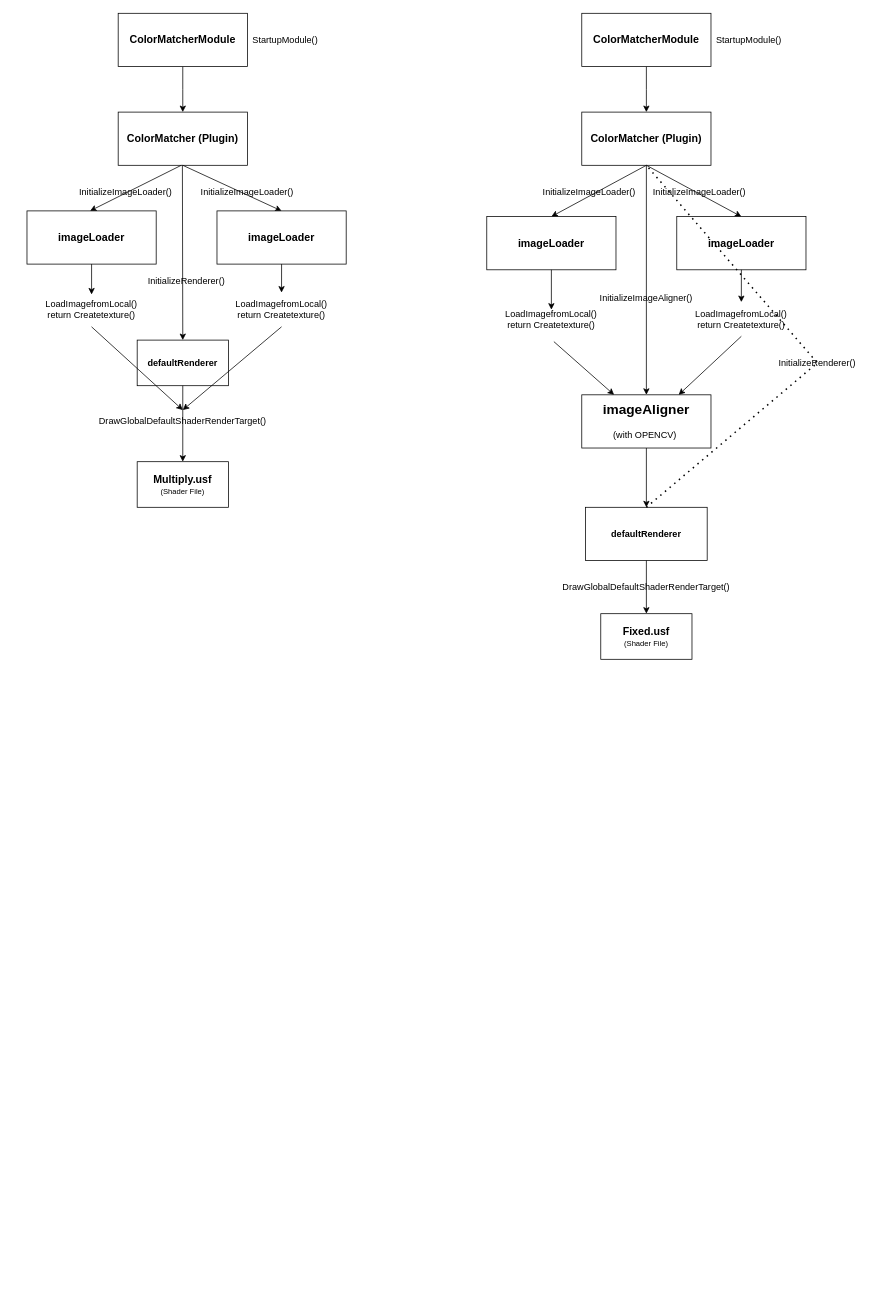
Above: 제목 없는 다이어그램.drawio in LimSeokHyun1/Nestjs_Practice (draw.io), before the change. Source tidied: cells renumbered, new cells numbered last; positions are measured from the earlier drawing's top-left corner, leaving out a move shared by most shapes. Both pictures are drawn from the tidied source at 76%, with x=0, y=0 at pixel (12, 13).
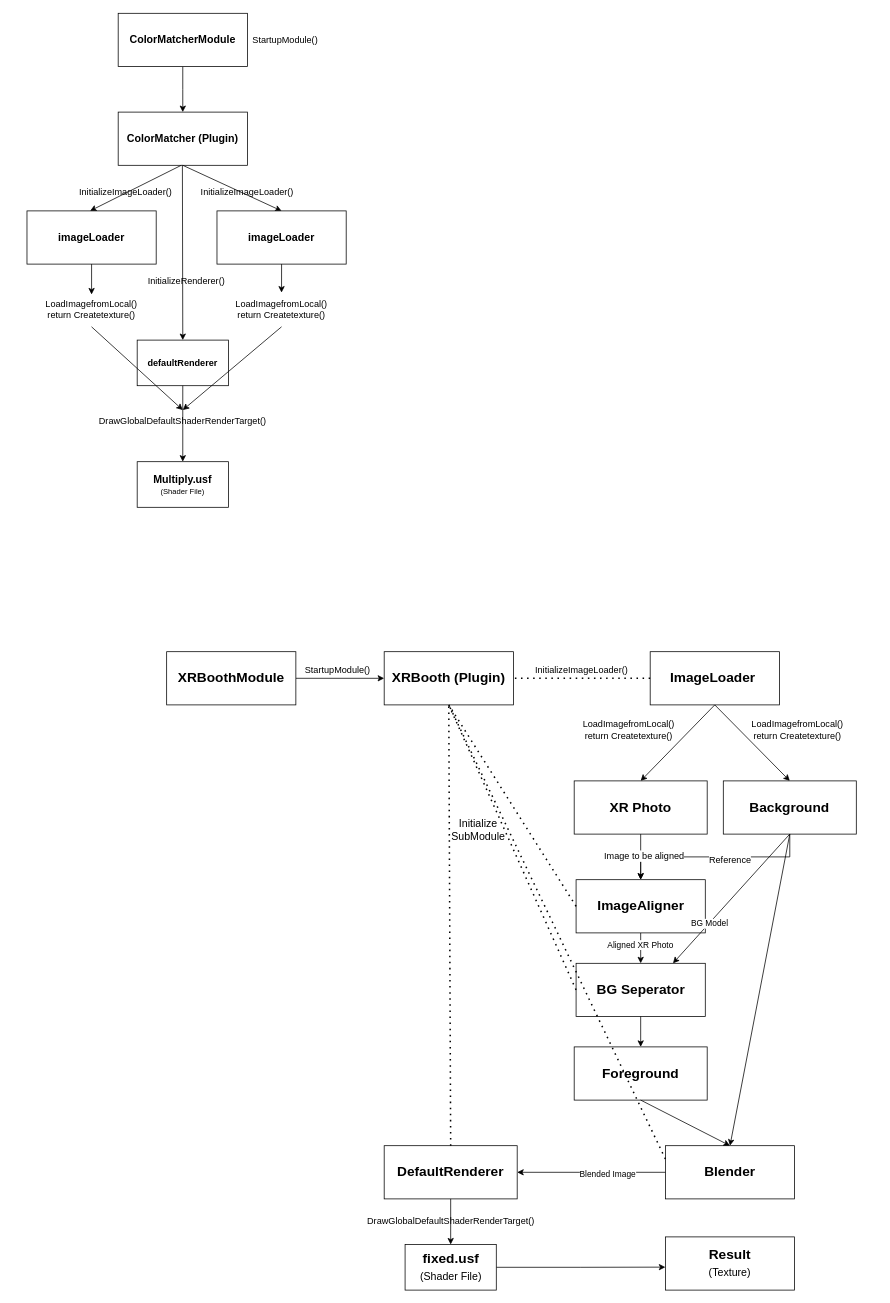
The same diagram, later.

Commit message:
제목 없는 다이어그램.drawio 업데이트

What changed in the source:
```diff
@@
-    <mxCell id="19" value="InitializeImageAligner()" style="text;html=1;strokeColor=none;fillColor=none;align=center;verticalAlign=middle;whiteSpace=wrap;rounded=0;" parent="1" vertex="1">
-      <mxGeometry x="804" y="360" width="60" height="30" as="geometry" />
-    </mxCell>
@@
-    <mxCell id="24" style="endArrow=classic;html=1;rounded=0;exitX=0.5;exitY=1;exitDx=0;exitDy=0;entryX=0.5;entryY=0;entryDx=0;entryDy=0;" parent="1" edge="1" source="29" target="25">
-      <mxGeometry relative="1" as="geometry" />
-    </mxCell>
+    <mxCell id="50" style="edgeStyle=orthogonalEdgeStyle;rounded=0;jettySize=auto;html=1;exitX=0.5;exitY=1;exitDx=0;exitDy=0;entryX=0.5;entryY=0;entryDx=0;entryDy=0;" parent="1" edge="1" source="25" target="58">
+      <mxGeometry relative="1" as="geometry" />
+    </mxCell>
+    <mxCell id="51" value="Aligned XR Photo" style="edgeLabel;html=1;align=center;verticalAlign=middle;" parent="50" vertex="1">
+      <mxGeometry x="-0.23" y="-1" relative="1" as="geometry" />
+    </mxCell>
-    <mxCell id="25" value="&lt;font style=&quot;&quot;&gt;&lt;b style=&quot;&quot;&gt;&lt;font style=&quot;font-size: 18px;&quot;&gt;imageAligner&lt;/font&gt;&lt;br&gt;&lt;/b&gt;&lt;font style=&quot;font-size: 12px;&quot;&gt;&lt;br&gt;(with OPENCV)&lt;b style=&quot;&quot;&gt;&amp;nbsp;&lt;/b&gt;&lt;/font&gt;&lt;/font&gt;" style="rounded=0;whiteSpace=wrap;html=1;" parent="1" vertex="1">
-      <mxGeometry x="749" y="502" width="170" height="70" as="geometry" />
+    <mxCell id="25" value="&lt;font style=&quot;font-size: 18px;&quot;&gt;&lt;b style=&quot;font-size: 18px;&quot;&gt;&lt;font style=&quot;font-size: 18px;&quot;&gt;ImageAligner&lt;/font&gt;&lt;/b&gt;&lt;font style=&quot;font-size: 18px;&quot;&gt;&lt;br style=&quot;font-size: 18px;&quot;&gt;&lt;/font&gt;&lt;/font&gt;" style="rounded=0;whiteSpace=wrap;html=1;fontSize=18;" parent="1" vertex="1">
+      <mxGeometry x="741.5" y="1140" width="170" height="70" as="geometry" />
     </mxCell>
@@
-    <mxCell id="27" style="edgeStyle=orthogonalEdgeStyle;rounded=0;jettySize=auto;html=1;" parent="1" edge="1" source="28">
-      <mxGeometry relative="1" as="geometry">
-        <mxPoint x="834" y="130" as="targetPoint" />
-      </mxGeometry>
+    <mxCell id="27" style="edgeStyle=orthogonalEdgeStyle;rounded=0;jettySize=auto;html=1;entryX=0;entryY=0.5;entryDx=0;entryDy=0;" parent="1" edge="1" source="28" target="29">
+      <mxGeometry relative="1" as="geometry" />
     </mxCell>
-    <mxCell id="28" value="&lt;b&gt;&lt;font style=&quot;font-size: 14px;&quot;&gt;ColorMatcherModule&lt;/font&gt;&lt;/b&gt;" style="rounded=0;whiteSpace=wrap;html=1;" parent="1" vertex="1">
-      <mxGeometry x="749" width="170" height="70" as="geometry" />
+    <mxCell id="28" value="&lt;font style=&quot;font-size: 18px;&quot;&gt;&lt;b style=&quot;border-color: var(--border-color); font-size: 18px;&quot;&gt;&lt;font style=&quot;border-color: var(--border-color); font-size: 18px;&quot;&gt;XRBooth&lt;/font&gt;&lt;/b&gt;&lt;b style=&quot;font-size: 18px;&quot;&gt;&lt;font style=&quot;font-size: 18px;&quot;&gt;Module&lt;/font&gt;&lt;/b&gt;&lt;/font&gt;" style="rounded=0;whiteSpace=wrap;html=1;fontSize=18;" parent="1" vertex="1">
+      <mxGeometry x="202.8" y="840" width="170" height="70" as="geometry" />
     </mxCell>
-    <mxCell id="29" value="&lt;b&gt;&lt;font style=&quot;font-size: 14px;&quot;&gt;ColorMatcher (Plugin)&lt;/font&gt;&lt;/b&gt;" style="rounded=0;whiteSpace=wrap;html=1;" parent="1" vertex="1">
-      <mxGeometry x="749" y="130" width="170" height="70" as="geometry" />
+    <mxCell id="29" value="&lt;b style=&quot;font-size: 18px;&quot;&gt;&lt;font style=&quot;font-size: 18px;&quot;&gt;XRBooth (Plugin)&lt;/font&gt;&lt;/b&gt;" style="rounded=0;whiteSpace=wrap;html=1;fontSize=18;" parent="1" vertex="1">
+      <mxGeometry x="489" y="840" width="170" height="70" as="geometry" />
     </mxCell>
     <mxCell id="30" value="StartupModule()" style="text;html=1;strokeColor=none;fillColor=none;align=center;verticalAlign=middle;whiteSpace=wrap;rounded=0;" parent="1" vertex="1">
-      <mxGeometry x="939" y="20" width="60" height="30" as="geometry" />
+      <mxGeometry x="397.8" y="850" width="60" height="30" as="geometry" />
     </mxCell>
-    <mxCell id="31" style="endArrow=classic;html=1;rounded=0;entryX=0.5;entryY=0;entryDx=0;entryDy=0;exitX=0.5;exitY=1;exitDx=0;exitDy=0;" parent="1" edge="1" source="29" target="33">
-      <mxGeometry relative="1" as="geometry" />
-    </mxCell>
-    <mxCell id="32" style="endArrow=classic;html=1;rounded=0;exitX=0.5;exitY=1;exitDx=0;exitDy=0;entryX=0.5;entryY=0;entryDx=0;entryDy=0;" parent="1" edge="1" source="29" target="34">
-      <mxGeometry relative="1" as="geometry" />
-    </mxCell>
-    <mxCell id="33" value="&lt;b&gt;&lt;font style=&quot;font-size: 14px;&quot;&gt;imageLoader&lt;/font&gt;&lt;/b&gt;" style="rounded=0;whiteSpace=wrap;html=1;" parent="1" vertex="1">
-      <mxGeometry x="624" y="267.5" width="170" height="70" as="geometry" />
-    </mxCell>
-    <mxCell id="34" value="&lt;b style=&quot;border-color: var(--border-color);&quot;&gt;&lt;font style=&quot;border-color: var(--border-color); font-size: 14px;&quot;&gt;imageLoader&lt;/font&gt;&lt;/b&gt;" style="rounded=0;whiteSpace=wrap;html=1;" parent="1" vertex="1">
-      <mxGeometry x="874" y="267.5" width="170" height="70" as="geometry" />
+    <mxCell id="34" value="&lt;b style=&quot;border-color: var(--border-color); font-size: 18px;&quot;&gt;&lt;font style=&quot;border-color: var(--border-color); font-size: 18px;&quot;&gt;ImageLoader&lt;/font&gt;&lt;/b&gt;&lt;font style=&quot;border-color: var(--border-color); font-size: 18px;&quot;&gt;&lt;b style=&quot;border-color: var(--border-color); font-size: 18px;&quot;&gt;&amp;nbsp;&lt;/b&gt;&lt;/font&gt;" style="rounded=0;whiteSpace=wrap;html=1;fontSize=18;" parent="1" vertex="1">
+      <mxGeometry x="839" y="840" width="170" height="70" as="geometry" />
     </mxCell>
-    <mxCell id="35" value="InitializeImageLoader()" style="text;html=1;strokeColor=none;fillColor=none;align=center;verticalAlign=middle;whiteSpace=wrap;rounded=0;" parent="1" vertex="1">
-      <mxGeometry x="729" y="220" width="60" height="30" as="geometry" />
-    </mxCell>
     <mxCell id="36" value="InitializeImageLoader()" style="text;html=1;strokeColor=none;fillColor=none;align=center;verticalAlign=middle;whiteSpace=wrap;rounded=0;" parent="1" vertex="1">
-      <mxGeometry x="874" y="220" width="60" height="30" as="geometry" />
+      <mxGeometry x="719" y="850" width="60" height="30" as="geometry" />
     </mxCell>
-    <mxCell id="37" style="endArrow=classic;html=1;rounded=0;exitX=0.5;exitY=1;exitDx=0;exitDy=0;" parent="1" edge="1" source="33">
-      <mxGeometry relative="1" as="geometry">
-        <mxPoint x="709" y="390" as="targetPoint" />
-      </mxGeometry>
-    </mxCell>
-    <mxCell id="38" style="endArrow=classic;html=1;rounded=0;exitX=0.5;exitY=1;exitDx=0;exitDy=0;entryX=0.5;entryY=0;entryDx=0;entryDy=0;" parent="1" edge="1" source="34" target="40">
+    <mxCell id="38" style="endArrow=classic;html=1;rounded=0;exitX=0.5;exitY=1;exitDx=0;exitDy=0;entryX=0.5;entryY=0;entryDx=0;entryDy=0;" parent="1" edge="1" source="34" target="56">
       <mxGeometry relative="1" as="geometry" />
     </mxCell>
     <mxCell id="39" value="LoadImagefromLocal()&lt;br style=&quot;border-color: var(--border-color);&quot;&gt;return Createtexture()" style="text;html=1;strokeColor=none;fillColor=none;align=center;verticalAlign=middle;whiteSpace=wrap;rounded=0;" parent="1" vertex="1">
-      <mxGeometry x="605.2" y="380" width="207.5" height="45" as="geometry" />
+      <mxGeometry x="706.5" y="920" width="207.5" height="45" as="geometry" />
     </mxCell>
     <mxCell id="40" value="LoadImagefromLocal()&lt;br style=&quot;border-color: var(--border-color);&quot;&gt;return Createtexture()" style="text;html=1;strokeColor=none;fillColor=none;align=center;verticalAlign=middle;whiteSpace=wrap;rounded=0;" parent="1" vertex="1">
-      <mxGeometry x="855.2" y="380" width="207.5" height="45" as="geometry" />
+      <mxGeometry x="929" y="920" width="207.5" height="45" as="geometry" />
     </mxCell>
-    <mxCell id="41" style="endArrow=classic;html=1;rounded=0;exitX=0.516;exitY=1.156;exitDx=0;exitDy=0;exitPerimeter=0;entryX=0.25;entryY=0;entryDx=0;entryDy=0;" parent="1" edge="1" source="39" target="25">
-      <mxGeometry relative="1" as="geometry" />
-    </mxCell>
-    <mxCell id="42" style="endArrow=classic;html=1;rounded=0;exitX=0.5;exitY=1;exitDx=0;exitDy=0;entryX=0.75;entryY=0;entryDx=0;entryDy=0;" parent="1" edge="1" source="40" target="25">
-      <mxGeometry relative="1" as="geometry" />
-    </mxCell>
-    <mxCell id="43" value="&lt;b&gt;defaultRenderer&lt;/b&gt;" style="rounded=0;whiteSpace=wrap;html=1;" parent="1" vertex="1">
-      <mxGeometry x="754" y="650" width="160" height="70" as="geometry" />
+    <mxCell id="43" value="&lt;b style=&quot;font-size: 18px;&quot;&gt;&lt;font style=&quot;font-size: 18px;&quot;&gt;DefaultRenderer&lt;/font&gt;&lt;/b&gt;" style="rounded=0;whiteSpace=wrap;html=1;fontSize=18;" parent="1" vertex="1">
+      <mxGeometry x="489" y="1490" width="175" height="70" as="geometry" />
     </mxCell>
-    <mxCell id="44" style="endArrow=classic;html=1;rounded=0;exitX=0.5;exitY=1;exitDx=0;exitDy=0;entryX=0.5;entryY=0;entryDx=0;entryDy=0;" parent="1" edge="1" source="25" target="43">
-      <mxGeometry relative="1" as="geometry" />
-    </mxCell>
+    <mxCell id="52" style="edgeStyle=orthogonalEdgeStyle;rounded=0;jettySize=auto;html=1;exitX=1;exitY=0.5;exitDx=0;exitDy=0;" parent="1" edge="1" source="45">
+      <mxGeometry relative="1" as="geometry">
+        <mxPoint x="859" y="1649.8" as="targetPoint" />
+      </mxGeometry>
+    </mxCell>
-    <mxCell id="45" value="&lt;span style=&quot;border-color: var(--border-color);&quot;&gt;&lt;font style=&quot;border-color: var(--border-color);&quot;&gt;&lt;b style=&quot;font-size: 14px;&quot;&gt;Fixed.usf&lt;/b&gt;&lt;br&gt;&lt;font style=&quot;font-size: 10px;&quot;&gt;(Shader File)&lt;/font&gt;&lt;br&gt;&lt;/font&gt;&lt;/span&gt;" style="rounded=0;whiteSpace=wrap;html=1;" parent="1" vertex="1">
-      <mxGeometry x="774" y="790" width="120" height="60" as="geometry" />
+    <mxCell id="45" value="&lt;span style=&quot;border-color: var(--border-color);&quot;&gt;&lt;font style=&quot;border-color: var(--border-color);&quot;&gt;&lt;b style=&quot;font-size: 18px;&quot;&gt;fixed.usf&lt;/b&gt;&lt;br style=&quot;font-size: 18px;&quot;&gt;&lt;font style=&quot;font-size: 14px;&quot;&gt;(Shader File)&lt;/font&gt;&lt;br style=&quot;font-size: 18px;&quot;&gt;&lt;/font&gt;&lt;/span&gt;" style="rounded=0;whiteSpace=wrap;html=1;fontSize=18;" parent="1" vertex="1">
+      <mxGeometry x="516.5" y="1620" width="120" height="60" as="geometry" />
     </mxCell>
     <mxCell id="46" value="DrawGlobalDefaultShaderRenderTarget()" style="text;html=1;strokeColor=none;fillColor=none;align=center;verticalAlign=middle;whiteSpace=wrap;rounded=0;" parent="1" vertex="1">
-      <mxGeometry x="716" y="740" width="236" height="30" as="geometry" />
+      <mxGeometry x="459" y="1573.5" width="236" height="30" as="geometry" />
     </mxCell>
@@
+    <mxCell id="49" value="Initialize SubModule" style="text;html=1;strokeColor=none;fillColor=none;align=center;verticalAlign=middle;whiteSpace=wrap;rounded=0;fontSize=14;" parent="1" vertex="1">
+      <mxGeometry x="583" y="1059" width="60" height="30" as="geometry" />
+    </mxCell>
+    <mxCell id="53" style="endArrow=classic;html=1;rounded=0;exitX=0.5;exitY=1;exitDx=0;exitDy=0;entryX=0.5;entryY=0;entryDx=0;entryDy=0;" parent="1" edge="1" source="34" target="57">
+      <mxGeometry relative="1" as="geometry" />
+    </mxCell>
+    <mxCell id="54" style="edgeStyle=orthogonalEdgeStyle;rounded=0;jettySize=auto;html=1;exitX=0.5;exitY=1;exitDx=0;exitDy=0;entryX=0.5;entryY=0;entryDx=0;entryDy=0;" parent="1" edge="1" source="56" target="25">
+      <mxGeometry relative="1" as="geometry" />
+    </mxCell>
+    <mxCell id="55" value="Reference" style="edgeLabel;html=1;align=center;verticalAlign=middle;fontSize=12;" parent="54" vertex="1">
+      <mxGeometry x="-0.15" y="4" relative="1" as="geometry" />
+    </mxCell>
+    <mxCell id="56" value="&lt;b style=&quot;font-size: 18px;&quot;&gt;&lt;font style=&quot;font-size: 18px;&quot;&gt;Background&lt;/font&gt;&lt;/b&gt;" style="rounded=0;whiteSpace=wrap;html=1;fontSize=18;" parent="1" vertex="1">
+      <mxGeometry x="935.2" y="1010" width="175" height="70" as="geometry" />
+    </mxCell>
+    <mxCell id="57" value="&lt;b style=&quot;font-size: 18px;&quot;&gt;&lt;font style=&quot;font-size: 18px;&quot;&gt;XR Photo&lt;/font&gt;&lt;/b&gt;" style="rounded=0;whiteSpace=wrap;html=1;fontSize=18;" parent="1" vertex="1">
+      <mxGeometry x="739" y="1010" width="175" height="70" as="geometry" />
+    </mxCell>
+    <mxCell id="58" value="&lt;b style=&quot;font-size: 18px;&quot;&gt;&lt;font style=&quot;font-size: 18px;&quot;&gt;BG Seperator&lt;/font&gt;&lt;/b&gt;" style="rounded=0;whiteSpace=wrap;html=1;fontSize=18;" parent="1" vertex="1">
+      <mxGeometry x="741.5" y="1250" width="170" height="70" as="geometry" />
+    </mxCell>
+    <mxCell id="59" value="&lt;b style=&quot;font-size: 18px;&quot;&gt;Foreground&lt;/b&gt;" style="rounded=0;whiteSpace=wrap;html=1;fontSize=18;" parent="1" vertex="1">
+      <mxGeometry x="739" y="1360" width="175" height="70" as="geometry" />
+    </mxCell>
+    <mxCell id="60" style="endArrow=classic;html=1;rounded=0;exitX=0.5;exitY=1;exitDx=0;exitDy=0;entryX=0.5;entryY=0;entryDx=0;entryDy=0;" parent="1" edge="1" source="58" target="59">
+      <mxGeometry relative="1" as="geometry" />
+    </mxCell>
+    <mxCell id="61" value="&lt;b style=&quot;font-size: 18px;&quot;&gt;&lt;font style=&quot;font-size: 18px;&quot;&gt;Blender&lt;/font&gt;&lt;/b&gt;" style="rounded=0;whiteSpace=wrap;html=1;fontSize=18;" parent="1" vertex="1">
+      <mxGeometry x="859" y="1490" width="170" height="70" as="geometry" />
+    </mxCell>
+    <mxCell id="62" style="endArrow=classic;html=1;rounded=0;exitX=0.5;exitY=1;exitDx=0;exitDy=0;entryX=0.5;entryY=0;entryDx=0;entryDy=0;" parent="1" edge="1" source="56" target="61">
+      <mxGeometry relative="1" as="geometry" />
+    </mxCell>
+    <mxCell id="63" style="endArrow=classic;html=1;rounded=0;exitX=0.5;exitY=1;exitDx=0;exitDy=0;entryX=0.5;entryY=0;entryDx=0;entryDy=0;" parent="1" edge="1" source="59" target="61">
+      <mxGeometry relative="1" as="geometry" />
+    </mxCell>
+    <mxCell id="64" style="endArrow=classic;html=1;rounded=0;exitX=0;exitY=0.5;exitDx=0;exitDy=0;entryX=1;entryY=0.5;entryDx=0;entryDy=0;" parent="1" edge="1" source="61" target="43">
+      <mxGeometry relative="1" as="geometry" />
+    </mxCell>
+    <mxCell id="65" value="Blended Image" style="edgeLabel;html=1;align=center;verticalAlign=middle;" parent="64" vertex="1">
+      <mxGeometry x="-0.21" y="2" relative="1" as="geometry" />
+    </mxCell>
     <mxCell id="48" style="endArrow=none;dashed=1;html=1;dashPattern=1 3;strokeWidth=2;rounded=0;entryX=0.5;entryY=1;entryDx=0;entryDy=0;exitX=0.5;exitY=0;exitDx=0;exitDy=0;" parent="1" edge="1" source="43" target="29">
-      <mxGeometry relative="1" as="geometry">
-        <Array as="points">
-          <mxPoint x="1059" y="460" />
-        </Array>
-      </mxGeometry>
+      <mxGeometry relative="1" as="geometry" />
     </mxCell>
-    <mxCell id="49" value="InitializeRenderer()" style="text;html=1;strokeColor=none;fillColor=none;align=center;verticalAlign=middle;whiteSpace=wrap;rounded=0;" parent="1" vertex="1">
-      <mxGeometry x="1029" y="445" width="60" height="30" as="geometry" />
-    </mxCell>
+    <mxCell id="66" style="endArrow=none;dashed=1;html=1;dashPattern=1 3;strokeWidth=2;rounded=0;entryX=0.5;entryY=1;entryDx=0;entryDy=0;exitX=0;exitY=0.5;exitDx=0;exitDy=0;" parent="1" edge="1" source="25" target="29">
+      <mxGeometry relative="1" as="geometry" />
+    </mxCell>
+    <mxCell id="67" style="endArrow=none;dashed=1;html=1;dashPattern=1 3;strokeWidth=2;rounded=0;entryX=1;entryY=0.5;entryDx=0;entryDy=0;exitX=0;exitY=0.5;exitDx=0;exitDy=0;" parent="1" edge="1" source="34" target="29">
+      <mxGeometry relative="1" as="geometry" />
+    </mxCell>
+    <mxCell id="68" style="endArrow=classic;html=1;rounded=0;exitX=0.5;exitY=1;exitDx=0;exitDy=0;entryX=0.5;entryY=0;entryDx=0;entryDy=0;" parent="1" edge="1" source="57" target="25">
+      <mxGeometry relative="1" as="geometry" />
+    </mxCell>
+    <mxCell id="69" value="Image to be aligned" style="edgeLabel;html=1;align=center;verticalAlign=middle;fontSize=12;" parent="68" vertex="1">
+      <mxGeometry x="-0.07" y="4" relative="1" as="geometry" />
+    </mxCell>
+    <mxCell id="70" style="endArrow=classic;html=1;rounded=0;exitX=0.5;exitY=1;exitDx=0;exitDy=0;entryX=0.75;entryY=0;entryDx=0;entryDy=0;" parent="1" edge="1" source="56" target="58">
+      <mxGeometry relative="1" as="geometry" />
+    </mxCell>
+    <mxCell id="71" value="BG Model" style="edgeLabel;html=1;align=center;verticalAlign=middle;" parent="70" vertex="1">
+      <mxGeometry x="0.39" relative="1" as="geometry" />
+    </mxCell>
+    <mxCell id="72" value="&lt;font style=&quot;&quot;&gt;&lt;b&gt;Result&lt;/b&gt;&lt;br&gt;&lt;font style=&quot;font-size: 14px;&quot;&gt;(Texture)&lt;/font&gt;&lt;br&gt;&lt;/font&gt;" style="rounded=0;whiteSpace=wrap;html=1;fontSize=18;" parent="1" vertex="1">
+      <mxGeometry x="859" y="1610" width="170" height="70" as="geometry" />
+    </mxCell>
+    <mxCell id="73" style="endArrow=none;dashed=1;html=1;dashPattern=1 3;strokeWidth=2;rounded=0;entryX=0.5;entryY=1;entryDx=0;entryDy=0;exitX=0;exitY=0.5;exitDx=0;exitDy=0;" parent="1" edge="1" source="58" target="29">
+      <mxGeometry relative="1" as="geometry" />
+    </mxCell>
+    <mxCell id="74" style="endArrow=none;dashed=1;html=1;dashPattern=1 3;strokeWidth=2;rounded=0;entryX=0.5;entryY=1;entryDx=0;entryDy=0;exitX=0;exitY=0.25;exitDx=0;exitDy=0;" parent="1" edge="1" source="61" target="29">
+      <mxGeometry relative="1" as="geometry" />
+    </mxCell>
```
